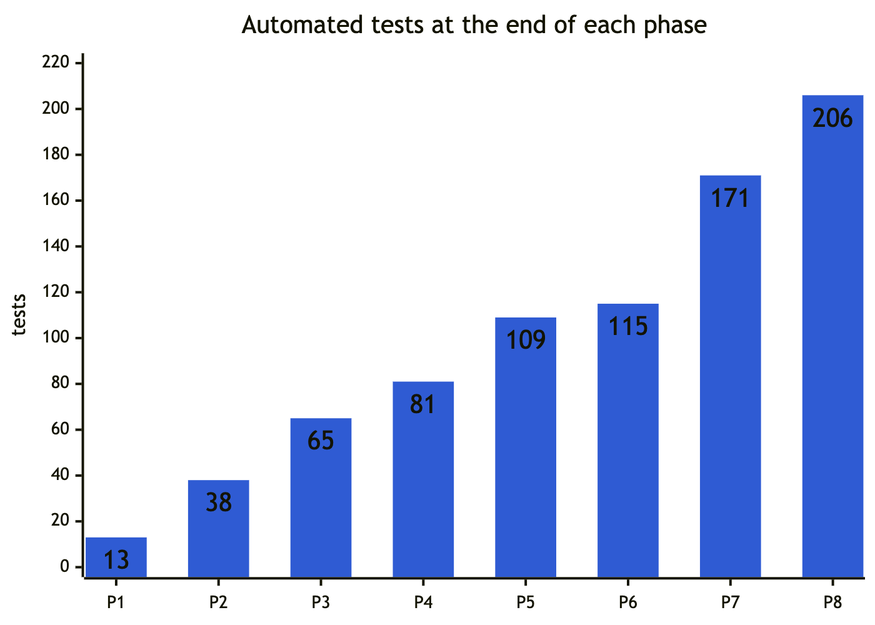
This is docs/handbook/images/14-chart-tests-by-phase.png from abdulmdev/sentinel-incident-copilot, a Mermaid export, as it was before one commit. Its source is kept beside it as docs/handbook/diagrams/14-chart-tests-by-phase.mmd.
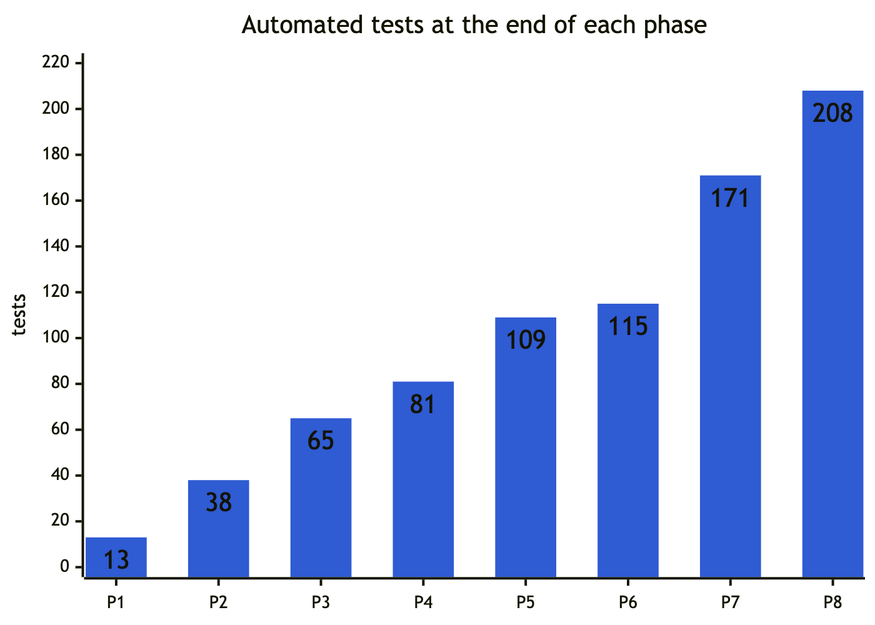
The same file after the commit.

The edit, as a diff of the source:
```diff
@@ -10,4 +10,4 @@
   title "Automated tests at the end of each phase"
   x-axis ["P1", "P2", "P3", "P4", "P5", "P6", "P7", "P8"]
   y-axis "tests" 0 --> 220
-  bar [13, 38, 65, 81, 109, 115, 171, 206]
+  bar [13, 38, 65, 81, 109, 115, 171, 208]
```
